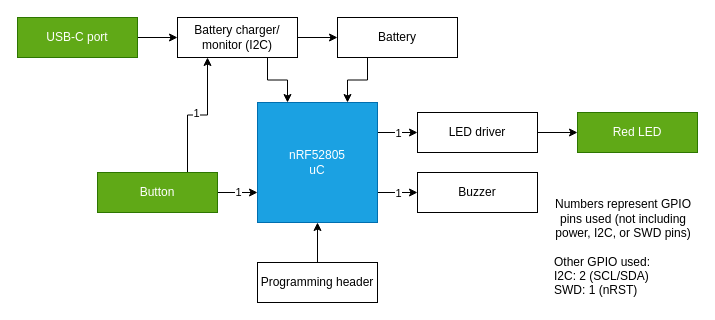
Before: docs/DWG_HW-Architecture.drawio in Embedded-Shark-LLC/BT-Bike-Light, a draw.io diagram. Source tidied: cells renumbered, new cells numbered last; positions are measured from the earlier drawing's top-left corner, leaving out a move shared by most shapes. Both pictures are drawn from the tidied source at 100%, with x=0, y=0 at pixel (17, 17).
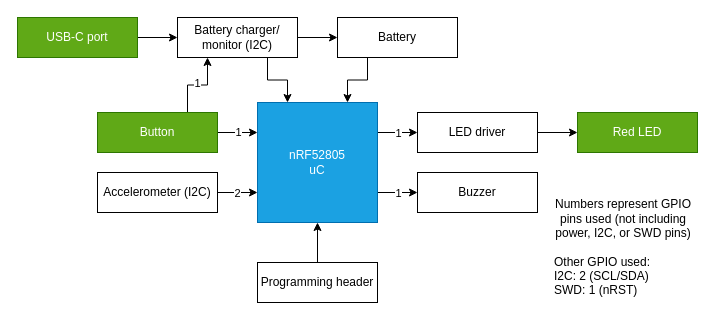
The same page after the edit.

The change refers to these unchanged cells:
```xml
<mxCell id="6" value="nRF52805&lt;div&gt;uC&lt;/div&gt;" style="rounded=0;whiteSpace=wrap;html=1;fillColor=#1ba1e2;fontColor=#ffffff;strokeColor=#006EAF;" parent="1" vertex="1">
  <mxGeometry x="240" y="85" width="120" height="120" as="geometry" />
</mxCell>
```

The edit, as a diff of the source:
```diff
@@
-    <mxCell id="20" style="edgeStyle=orthogonalEdgeStyle;rounded=0;jettySize=auto;html=1;exitX=1;exitY=0.5;exitDx=0;exitDy=0;entryX=0;entryY=0.75;entryDx=0;entryDy=0;" parent="1" edge="1" source="24" target="6">
+    <mxCell id="20" style="edgeStyle=orthogonalEdgeStyle;rounded=0;jettySize=auto;html=1;exitX=1;exitY=0.5;exitDx=0;exitDy=0;entryX=0;entryY=0.25;entryDx=0;entryDy=0;" parent="1" edge="1" source="24" target="6">
       <mxGeometry relative="1" as="geometry" />
     </mxCell>
@@
     <mxCell id="24" value="Button" style="rounded=0;whiteSpace=wrap;html=1;fillColor=#60a917;fontColor=#ffffff;strokeColor=#2D7600;" parent="1" vertex="1">
-      <mxGeometry x="80" y="155" width="120" height="40" as="geometry" />
+      <mxGeometry x="80" y="95" width="120" height="40" as="geometry" />
     </mxCell>
@@
+    <mxCell id="26" style="edgeStyle=orthogonalEdgeStyle;rounded=0;jettySize=auto;html=1;entryX=0;entryY=0.75;entryDx=0;entryDy=0;" parent="1" edge="1" source="28" target="6">
+      <mxGeometry relative="1" as="geometry" />
+    </mxCell>
+    <mxCell id="27" value="2" style="edgeLabel;html=1;align=center;verticalAlign=middle;" parent="26" vertex="1">
+      <mxGeometry x="-0.07" relative="1" as="geometry" />
+    </mxCell>
+    <mxCell id="28" value="Accelerometer (I2C)" style="rounded=0;whiteSpace=wrap;html=1;" parent="1" vertex="1">
+      <mxGeometry x="80" y="155" width="120" height="40" as="geometry" />
+    </mxCell>
```
